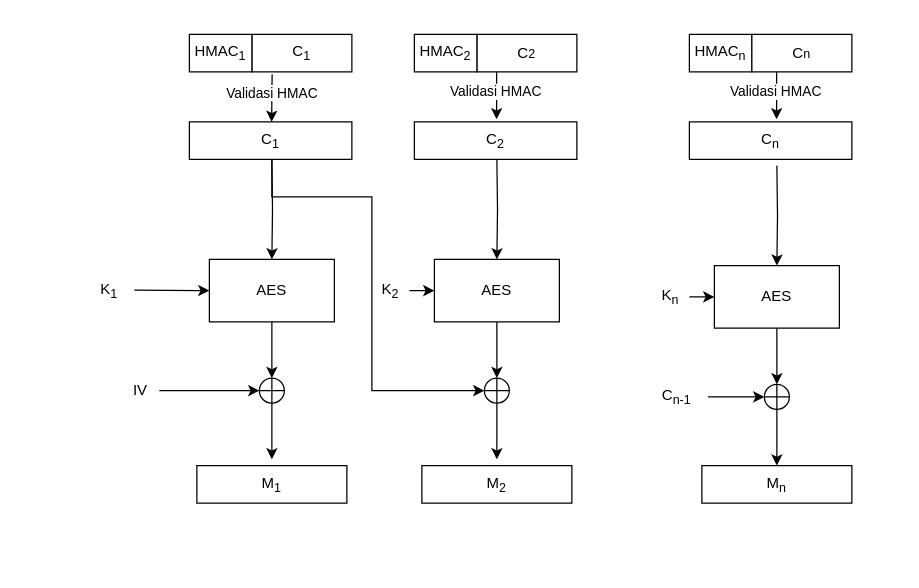
Earlier version of the draw.io diagram page "Decrypt" (2 of 2) of src/chapters/res/chapter-3/res/Encmode.drawio (bayusamudra5502/ta-kriptografi). Source tidied: cells renumbered, new cells numbered last; positions are measured from the earlier drawing's top-left corner, leaving out a move shared by most shapes. Both pictures are drawn from the tidied source at 125%, with x=0, y=0 at pixel (71, 34).
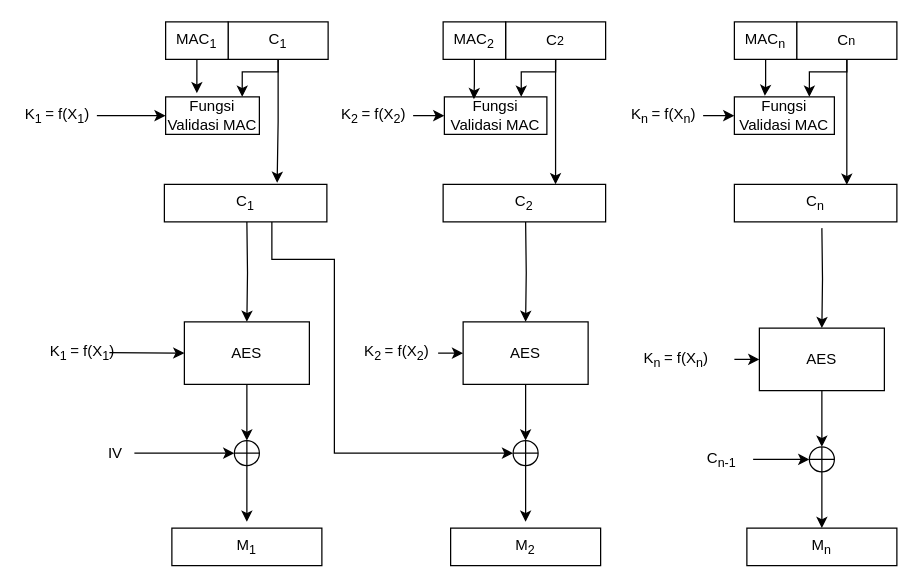
Above is the later version.

The change refers to these unchanged cells:
```xml
<mxCell id="35" value="C&lt;sub&gt;1&lt;/sub&gt;" style="rounded=0;whiteSpace=wrap;html=1;" parent="34" vertex="1">
  <mxGeometry x="50" width="80" height="30" as="geometry" />
</mxCell>
<mxCell id="38" value="C&lt;span style=&quot;font-size: 10px;&quot;&gt;2&lt;/span&gt;" style="rounded=0;whiteSpace=wrap;html=1;" parent="37" vertex="1">
  <mxGeometry x="50" width="80" height="30" as="geometry" />
</mxCell>
<mxCell id="42" value="C&lt;span style=&quot;font-size: 10px;&quot;&gt;n&lt;/span&gt;" style="rounded=0;whiteSpace=wrap;html=1;" parent="40" vertex="1">
  <mxGeometry x="50" width="80" height="30" as="geometry" />
</mxCell>
```

Change to the diagram source:
```diff
@@
     <mxCell id="2" style="edgeStyle=orthogonalEdgeStyle;rounded=0;jettySize=auto;html=1;" parent="1" edge="1" target="6">
       <mxGeometry relative="1" as="geometry">
-        <mxPoint x="160" y="100" as="sourcePoint" />
+        <mxPoint x="140" y="150" as="sourcePoint" />
       </mxGeometry>
     </mxCell>
     <mxCell id="3" style="edgeStyle=orthogonalEdgeStyle;rounded=0;jettySize=auto;html=1;entryX=0.5;entryY=0;entryDx=0;entryDy=0;" parent="1" edge="1" target="11">
       <mxGeometry relative="1" as="geometry">
-        <mxPoint x="340" y="100" as="sourcePoint" />
+        <mxPoint x="363" y="150" as="sourcePoint" />
       </mxGeometry>
     </mxCell>
     <mxCell id="4" style="edgeStyle=orthogonalEdgeStyle;rounded=0;jettySize=auto;html=1;" parent="1" edge="1" target="12">
       <mxGeometry relative="1" as="geometry">
-        <mxPoint x="564" y="105" as="sourcePoint" />
+        <mxPoint x="600" y="155" as="sourcePoint" />
       </mxGeometry>
     </mxCell>
     <mxCell id="5" style="verticalLabelPosition=bottom;verticalAlign=top;html=1;shape=mxgraph.flowchart.summing_function;" parent="1" vertex="1">
-      <mxGeometry x="150" y="275" width="20" height="20" as="geometry" />
+      <mxGeometry x="130" y="325" width="20" height="20" as="geometry" />
     </mxCell>
     <mxCell id="6" value="AES" style="rounded=0;whiteSpace=wrap;html=1;" parent="1" vertex="1">
-      <mxGeometry x="110" y="180" width="100" height="50" as="geometry" />
+      <mxGeometry x="90" y="230" width="100" height="50" as="geometry" />
     </mxCell>
     <mxCell id="7" style="endArrow=classic;html=1;rounded=0;exitX=0.5;exitY=1;exitDx=0;exitDy=0;entryX=0.5;entryY=0;entryDx=0;entryDy=0;entryPerimeter=0;" parent="1" edge="1" target="5">
       <mxGeometry relative="1" as="geometry">
-        <mxPoint x="160" y="230" as="sourcePoint" />
+        <mxPoint x="140" y="280" as="sourcePoint" />
       </mxGeometry>
     </mxCell>
     <mxCell id="8" style="endArrow=classic;html=1;rounded=0;exitX=1;exitY=0.5;exitDx=0;exitDy=0;entryX=0;entryY=0.5;entryDx=0;entryDy=0;" parent="1" edge="1">
       <mxGeometry relative="1" as="geometry">
-        <mxPoint x="50" y="204.6" as="sourcePoint" />
-        <mxPoint x="110" y="205" as="targetPoint" />
+        <mxPoint x="30" y="254.6" as="sourcePoint" />
+        <mxPoint x="90" y="255" as="targetPoint" />
       </mxGeometry>
     </mxCell>
-    <mxCell id="9" value="K&lt;sub&gt;1&lt;/sub&gt;" style="text;html=1;strokeColor=none;fillColor=none;align=center;verticalAlign=middle;whiteSpace=wrap;rounded=0;" parent="1" vertex="1">
-      <mxGeometry y="190" width="60" height="30" as="geometry" />
+    <mxCell id="9" value="K&lt;sub style=&quot;border-color: var(--border-color);&quot;&gt;1&amp;nbsp;&lt;/sub&gt;= f(X&lt;sub style=&quot;border-color: var(--border-color);&quot;&gt;1&lt;/sub&gt;)&lt;sub style=&quot;border-color: var(--border-color);&quot;&gt;&amp;nbsp;&lt;/sub&gt;" style="text;html=1;strokeColor=none;fillColor=none;align=center;verticalAlign=middle;whiteSpace=wrap;rounded=0;" parent="1" vertex="1">
+      <mxGeometry x="-20" y="240" width="60" height="30" as="geometry" />
     </mxCell>
     <mxCell id="10" style="endArrow=classic;html=1;rounded=0;exitX=0.5;exitY=1;exitDx=0;exitDy=0;exitPerimeter=0;entryX=0.5;entryY=0;entryDx=0;entryDy=0;" parent="1" edge="1" source="5">
       <mxGeometry relative="1" as="geometry">
-        <mxPoint x="160" y="340" as="targetPoint" />
+        <mxPoint x="140" y="390" as="targetPoint" />
       </mxGeometry>
     </mxCell>
     <mxCell id="11" value="AES" style="rounded=0;whiteSpace=wrap;html=1;" parent="1" vertex="1">
-      <mxGeometry x="290" y="180" width="100" height="50" as="geometry" />
+      <mxGeometry x="313" y="230" width="100" height="50" as="geometry" />
     </mxCell>
     <mxCell id="12" value="AES" style="rounded=0;whiteSpace=wrap;html=1;" parent="1" vertex="1">
-      <mxGeometry x="514" y="185" width="100" height="50" as="geometry" />
+      <mxGeometry x="550" y="235" width="100" height="50" as="geometry" />
     </mxCell>
-    <mxCell id="13" value="K&lt;sub&gt;2&lt;/sub&gt;" style="text;html=1;strokeColor=none;fillColor=none;align=center;verticalAlign=middle;whiteSpace=wrap;rounded=0;" parent="1" vertex="1">
-      <mxGeometry x="240" y="190" width="30" height="30" as="geometry" />
+    <mxCell id="13" value="K&lt;sub style=&quot;border-color: var(--border-color);&quot;&gt;2&amp;nbsp;&lt;/sub&gt;= f(X&lt;sub style=&quot;border-color: var(--border-color);&quot;&gt;2&lt;/sub&gt;)&lt;sub style=&quot;border-color: var(--border-color);&quot;&gt;&amp;nbsp;&lt;/sub&gt;" style="text;html=1;strokeColor=none;fillColor=none;align=center;verticalAlign=middle;whiteSpace=wrap;rounded=0;" parent="1" vertex="1">
+      <mxGeometry x="230" y="240" width="63" height="30" as="geometry" />
     </mxCell>
-    <mxCell id="14" value="K&lt;sub&gt;n&lt;/sub&gt;" style="text;html=1;strokeColor=none;fillColor=none;align=center;verticalAlign=middle;whiteSpace=wrap;rounded=0;" parent="1" vertex="1">
-      <mxGeometry x="459" y="195" width="40" height="30" as="geometry" />
+    <mxCell id="14" value="K&lt;sub style=&quot;border-color: var(--border-color);&quot;&gt;n&amp;nbsp;&lt;/sub&gt;= f(X&lt;sub style=&quot;border-color: var(--border-color);&quot;&gt;n&lt;/sub&gt;)&lt;sub style=&quot;border-color: var(--border-color);&quot;&gt;&amp;nbsp;&lt;/sub&gt;" style="text;html=1;strokeColor=none;fillColor=none;align=center;verticalAlign=middle;whiteSpace=wrap;rounded=0;" parent="1" vertex="1">
+      <mxGeometry x="450" y="245" width="70" height="30" as="geometry" />
     </mxCell>
     <mxCell id="15" style="endArrow=classic;html=1;rounded=0;entryX=0;entryY=0.5;entryDx=0;entryDy=0;" parent="1" edge="1" target="11">
       <mxGeometry relative="1" as="geometry">
-        <mxPoint x="270" y="205" as="sourcePoint" />
+        <mxPoint x="293" y="255" as="sourcePoint" />
       </mxGeometry>
     </mxCell>
     <mxCell id="16" style="endArrow=classic;html=1;rounded=0;exitX=1;exitY=0.5;exitDx=0;exitDy=0;" parent="1" edge="1" target="12">
       <mxGeometry relative="1" as="geometry">
-        <mxPoint x="494" y="210" as="sourcePoint" />
+        <mxPoint x="530" y="260" as="sourcePoint" />
       </mxGeometry>
     </mxCell>
     <mxCell id="17" value="M&lt;sub&gt;1&lt;/sub&gt;" style="rounded=0;whiteSpace=wrap;html=1;" parent="1" vertex="1">
-      <mxGeometry x="100" y="345" width="120" height="30" as="geometry" />
+      <mxGeometry x="80" y="395" width="120" height="30" as="geometry" />
     </mxCell>
     <mxCell id="18" value="M&lt;sub&gt;2&lt;/sub&gt;" style="rounded=0;whiteSpace=wrap;html=1;" parent="1" vertex="1">
-      <mxGeometry x="280" y="345" width="120" height="30" as="geometry" />
+      <mxGeometry x="303" y="395" width="120" height="30" as="geometry" />
     </mxCell>
     <mxCell id="19" value="M&lt;sub&gt;n&lt;/sub&gt;" style="rounded=0;whiteSpace=wrap;html=1;" parent="1" vertex="1">
-      <mxGeometry x="504" y="345" width="120" height="30" as="geometry" />
+      <mxGeometry x="540" y="395" width="120" height="30" as="geometry" />
     </mxCell>
     <mxCell id="20" style="endArrow=classic;html=1;rounded=0;exitX=0.5;exitY=1;exitDx=0;exitDy=0;entryX=0.5;entryY=0;entryDx=0;entryDy=0;entryPerimeter=0;" parent="1" edge="1" target="21">
       <mxGeometry relative="1" as="geometry">
-        <mxPoint x="340" y="230" as="sourcePoint" />
+        <mxPoint x="363" y="280" as="sourcePoint" />
       </mxGeometry>
     </mxCell>
     <mxCell id="21" style="verticalLabelPosition=bottom;verticalAlign=top;html=1;shape=mxgraph.flowchart.summing_function;" parent="1" vertex="1">
-      <mxGeometry x="330" y="275" width="20" height="20" as="geometry" />
+      <mxGeometry x="353" y="325" width="20" height="20" as="geometry" />
     </mxCell>
     <mxCell id="22" style="endArrow=classic;html=1;rounded=0;exitX=0.5;exitY=1;exitDx=0;exitDy=0;exitPerimeter=0;entryX=0.5;entryY=0;entryDx=0;entryDy=0;" parent="1" edge="1" source="21">
       <mxGeometry relative="1" as="geometry">
-        <mxPoint x="340" y="340" as="targetPoint" />
+        <mxPoint x="363" y="390" as="targetPoint" />
       </mxGeometry>
     </mxCell>
     <mxCell id="23" style="endArrow=classic;html=1;rounded=0;exitX=0.5;exitY=1;exitDx=0;exitDy=0;entryX=0.5;entryY=0;entryDx=0;entryDy=0;entryPerimeter=0;" parent="1" edge="1" target="24">
       <mxGeometry relative="1" as="geometry">
-        <mxPoint x="564" y="235" as="sourcePoint" />
+        <mxPoint x="600" y="285" as="sourcePoint" />
       </mxGeometry>
     </mxCell>
     <mxCell id="24" style="verticalLabelPosition=bottom;verticalAlign=top;html=1;shape=mxgraph.flowchart.summing_function;" parent="1" vertex="1">
-      <mxGeometry x="554" y="280" width="20" height="20" as="geometry" />
+      <mxGeometry x="590" y="330" width="20" height="20" as="geometry" />
     </mxCell>
     <mxCell id="25" style="endArrow=classic;html=1;rounded=0;exitX=0.5;exitY=1;exitDx=0;exitDy=0;exitPerimeter=0;entryX=0.5;entryY=0;entryDx=0;entryDy=0;" parent="1" edge="1" source="24">
       <mxGeometry relative="1" as="geometry">
-        <mxPoint x="564" y="345" as="targetPoint" />
+        <mxPoint x="600" y="395" as="targetPoint" />
       </mxGeometry>
     </mxCell>
     <mxCell id="26" style="edgeStyle=orthogonalEdgeStyle;rounded=0;jettySize=auto;html=1;entryX=0;entryY=0.5;entryDx=0;entryDy=0;entryPerimeter=0;" parent="1" edge="1" target="21">
       <mxGeometry relative="1" as="geometry">
-        <mxPoint x="160" y="100" as="sourcePoint" />
+        <mxPoint x="160" y="150" as="sourcePoint" />
         <Array as="points">
-          <mxPoint x="160" y="130" />
-          <mxPoint x="240" y="130" />
-          <mxPoint x="240" y="285" />
+          <mxPoint x="160" y="180" />
+          <mxPoint x="210" y="180" />
+          <mxPoint x="210" y="335" />
         </Array>
       </mxGeometry>
     </mxCell>
     <mxCell id="27" style="endArrow=classic;html=1;rounded=0;" parent="1" edge="1">
       <mxGeometry relative="1" as="geometry">
-        <mxPoint x="509" y="290" as="sourcePoint" />
-        <mxPoint x="554" y="290" as="targetPoint" />
+        <mxPoint x="545" y="340" as="sourcePoint" />
+        <mxPoint x="590" y="340" as="targetPoint" />
       </mxGeometry>
     </mxCell>
     <mxCell id="28" value="C&lt;sub&gt;n-1&lt;/sub&gt;" style="text;html=1;strokeColor=none;fillColor=none;align=center;verticalAlign=middle;whiteSpace=wrap;rounded=0;" parent="1" vertex="1">
-      <mxGeometry x="464" y="275" width="40" height="30" as="geometry" />
+      <mxGeometry x="500" y="325" width="40" height="30" as="geometry" />
     </mxCell>
     <mxCell id="29" value="IV" style="text;html=1;strokeColor=none;fillColor=none;align=center;verticalAlign=middle;whiteSpace=wrap;rounded=0;" parent="1" vertex="1">
-      <mxGeometry x="40" y="270" width="30" height="30" as="geometry" />
+      <mxGeometry x="20" y="320" width="30" height="30" as="geometry" />
     </mxCell>
     <mxCell id="30" style="endArrow=classic;html=1;rounded=0;exitX=1;exitY=0.5;exitDx=0;exitDy=0;entryX=0;entryY=0.5;entryDx=0;entryDy=0;entryPerimeter=0;" parent="1" edge="1" source="29">
       <mxGeometry relative="1" as="geometry">
-        <mxPoint x="150" y="285" as="targetPoint" />
+        <mxPoint x="130" y="335" as="targetPoint" />
       </mxGeometry>
     </mxCell>
     <mxCell id="31" value="C&lt;sub&gt;1&lt;/sub&gt;" style="rounded=0;whiteSpace=wrap;html=1;" parent="1" vertex="1">
-      <mxGeometry x="94" y="70" width="130" height="30" as="geometry" />
+      <mxGeometry x="74" y="120" width="130" height="30" as="geometry" />
     </mxCell>
     <mxCell id="32" value="C&lt;sub&gt;2&lt;/sub&gt;" style="rounded=0;whiteSpace=wrap;html=1;" parent="1" vertex="1">
-      <mxGeometry x="274" y="70" width="130" height="30" as="geometry" />
+      <mxGeometry x="297" y="120" width="130" height="30" as="geometry" />
     </mxCell>
     <mxCell id="33" value="C&lt;sub&gt;n&lt;/sub&gt;" style="rounded=0;whiteSpace=wrap;html=1;" parent="1" vertex="1">
-      <mxGeometry x="494" y="70" width="130" height="30" as="geometry" />
+      <mxGeometry x="530" y="120" width="130" height="30" as="geometry" />
     </mxCell>
     <mxCell id="34" style="group;" parent="1" vertex="1">
-      <mxGeometry x="94" width="130" height="30" as="geometry" />
+      <mxGeometry x="75" y="-10" width="130" height="30" as="geometry" />
     </mxCell>
@@
-    <mxCell id="36" value="HMAC&lt;sub&gt;1&lt;/sub&gt;" style="rounded=0;whiteSpace=wrap;html=1;" parent="34" vertex="1">
+    <mxCell id="36" value="MAC&lt;sub&gt;1&lt;/sub&gt;" style="rounded=0;whiteSpace=wrap;html=1;" parent="34" vertex="1">
       <mxGeometry width="50" height="30" as="geometry" />
     </mxCell>
     <mxCell id="37" style="group;" parent="1" vertex="1">
-      <mxGeometry x="274" width="130" height="30" as="geometry" />
+      <mxGeometry x="297" y="-10" width="130" height="30" as="geometry" />
     </mxCell>
@@
-    <mxCell id="39" value="HMAC&lt;sub&gt;2&lt;/sub&gt;" style="rounded=0;whiteSpace=wrap;html=1;" parent="37" vertex="1">
+    <mxCell id="39" value="MAC&lt;sub&gt;2&lt;/sub&gt;" style="rounded=0;whiteSpace=wrap;html=1;" parent="37" vertex="1">
       <mxGeometry width="50" height="30" as="geometry" />
     </mxCell>
     <mxCell id="40" style="group;" parent="1" vertex="1">
-      <mxGeometry x="494" width="130" height="30" as="geometry" />
+      <mxGeometry x="530" y="-10" width="130" height="30" as="geometry" />
     </mxCell>
-    <mxCell id="41" value="HMAC&lt;sub&gt;n&lt;/sub&gt;" style="rounded=0;whiteSpace=wrap;html=1;" parent="40" vertex="1">
+    <mxCell id="41" value="MAC&lt;sub&gt;n&lt;/sub&gt;" style="rounded=0;whiteSpace=wrap;html=1;" parent="40" vertex="1">
       <mxGeometry width="50" height="30" as="geometry" />
     </mxCell>
@@
-    <mxCell id="43" style="endArrow=classic;html=1;rounded=0;exitX=0.142;exitY=1.022;exitDx=0;exitDy=0;exitPerimeter=0;entryX=0.469;entryY=-0.041;entryDx=0;entryDy=0;entryPerimeter=0;" parent="1" edge="1">
-      <mxGeometry relative="1" as="geometry">
-        <mxPoint x="160.2" y="31.9" as="sourcePoint" />
-        <mxPoint x="159.8" y="70" as="targetPoint" />
-      </mxGeometry>
-    </mxCell>
-    <mxCell id="44" value="Validasi HMAC" style="edgeLabel;html=1;align=center;verticalAlign=middle;" parent="43" vertex="1">
-      <mxGeometry x="-0.19" y="-1" relative="1" as="geometry" />
-    </mxCell>
-    <mxCell id="45" style="endArrow=classic;html=1;rounded=0;exitX=0.142;exitY=1.022;exitDx=0;exitDy=0;exitPerimeter=0;entryX=0.469;entryY=-0.041;entryDx=0;entryDy=0;entryPerimeter=0;" parent="1" edge="1">
-      <mxGeometry relative="1" as="geometry">
-        <mxPoint x="339.8" y="30" as="sourcePoint" />
-        <mxPoint x="339.8" y="68" as="targetPoint" />
-      </mxGeometry>
-    </mxCell>
-    <mxCell id="46" value="Validasi HMAC" style="edgeLabel;html=1;align=center;verticalAlign=middle;" parent="45" vertex="1">
-      <mxGeometry x="-0.19" y="-1" relative="1" as="geometry" />
-    </mxCell>
-    <mxCell id="47" style="endArrow=classic;html=1;rounded=0;exitX=0.142;exitY=1.022;exitDx=0;exitDy=0;exitPerimeter=0;entryX=0.469;entryY=-0.041;entryDx=0;entryDy=0;entryPerimeter=0;" parent="1" edge="1">
-      <mxGeometry relative="1" as="geometry">
-        <mxPoint x="563.8" y="30" as="sourcePoint" />
-        <mxPoint x="563.8" y="68" as="targetPoint" />
-      </mxGeometry>
-    </mxCell>
-    <mxCell id="48" value="Validasi HMAC" style="edgeLabel;html=1;align=center;verticalAlign=middle;" parent="47" vertex="1">
-      <mxGeometry x="-0.19" y="-1" relative="1" as="geometry" />
-    </mxCell>
+    <mxCell id="49" value="Fungsi Validasi MAC" style="rounded=0;whiteSpace=wrap;html=1;" parent="1" vertex="1">
+      <mxGeometry x="75" y="50" width="75" height="30" as="geometry" />
+    </mxCell>
+    <mxCell id="50" style="edgeStyle=orthogonalEdgeStyle;rounded=0;jettySize=auto;html=1;entryX=0;entryY=0.5;entryDx=0;entryDy=0;" parent="1" edge="1" source="51" target="49">
+      <mxGeometry relative="1" as="geometry" />
+    </mxCell>
+    <mxCell id="51" value="K&lt;sub&gt;1&amp;nbsp;&lt;/sub&gt;= f(X&lt;sub style=&quot;border-color: var(--border-color);&quot;&gt;1&lt;/sub&gt;&lt;span style=&quot;border-color: var(--border-color);&quot;&gt;)&lt;/span&gt;&lt;sub style=&quot;border-color: var(--border-color);&quot;&gt;&amp;nbsp;&lt;/sub&gt;" style="text;html=1;strokeColor=none;fillColor=none;align=center;verticalAlign=middle;whiteSpace=wrap;rounded=0;" parent="1" vertex="1">
+      <mxGeometry x="-40" y="50" width="60" height="30" as="geometry" />
+    </mxCell>
+    <mxCell id="52" value="Fungsi Validasi MAC" style="rounded=0;whiteSpace=wrap;html=1;" parent="1" vertex="1">
+      <mxGeometry x="298" y="50" width="82" height="30" as="geometry" />
+    </mxCell>
+    <mxCell id="53" value="Fungsi Validasi MAC" style="rounded=0;whiteSpace=wrap;html=1;" parent="1" vertex="1">
+      <mxGeometry x="530" y="50" width="80" height="30" as="geometry" />
+    </mxCell>
+    <mxCell id="54" style="edgeStyle=orthogonalEdgeStyle;rounded=0;jettySize=auto;html=1;entryX=0;entryY=0.5;entryDx=0;entryDy=0;" parent="1" edge="1" source="55" target="52">
+      <mxGeometry relative="1" as="geometry" />
+    </mxCell>
+    <mxCell id="55" value="K&lt;sub&gt;2&amp;nbsp;&lt;/sub&gt;= f(X&lt;sub style=&quot;border-color: var(--border-color);&quot;&gt;2&lt;/sub&gt;&lt;span style=&quot;border-color: var(--border-color);&quot;&gt;)&lt;/span&gt;&lt;sub style=&quot;border-color: var(--border-color);&quot;&gt;&amp;nbsp;&lt;/sub&gt;" style="text;html=1;strokeColor=none;fillColor=none;align=center;verticalAlign=middle;whiteSpace=wrap;rounded=0;" parent="1" vertex="1">
+      <mxGeometry x="213" y="50" width="60" height="30" as="geometry" />
+    </mxCell>
+    <mxCell id="56" value="K&lt;sub&gt;n&amp;nbsp;&lt;/sub&gt;= f(X&lt;sub style=&quot;border-color: var(--border-color);&quot;&gt;n&lt;/sub&gt;&lt;span style=&quot;border-color: var(--border-color);&quot;&gt;)&lt;/span&gt;&lt;sub style=&quot;border-color: var(--border-color);&quot;&gt;&amp;nbsp;&lt;/sub&gt;" style="text;html=1;strokeColor=none;fillColor=none;align=center;verticalAlign=middle;whiteSpace=wrap;rounded=0;" parent="1" vertex="1">
+      <mxGeometry x="445" y="50" width="60" height="30" as="geometry" />
+    </mxCell>
+    <mxCell id="57" style="edgeStyle=orthogonalEdgeStyle;rounded=0;jettySize=auto;html=1;entryX=0;entryY=0.5;entryDx=0;entryDy=0;" parent="1" edge="1" source="56">
+      <mxGeometry relative="1" as="geometry">
+        <mxPoint x="530" y="65" as="targetPoint" />
+      </mxGeometry>
+    </mxCell>
+    <mxCell id="58" style="edgeStyle=orthogonalEdgeStyle;rounded=0;jettySize=auto;html=1;entryX=0.333;entryY=-0.098;entryDx=0;entryDy=0;entryPerimeter=0;" parent="1" edge="1" source="36" target="49">
+      <mxGeometry relative="1" as="geometry" />
+    </mxCell>
+    <mxCell id="59" style="edgeStyle=orthogonalEdgeStyle;rounded=0;jettySize=auto;html=1;entryX=0.694;entryY=-0.04;entryDx=0;entryDy=0;entryPerimeter=0;" parent="1" edge="1" source="35" target="31">
+      <mxGeometry relative="1" as="geometry" />
+    </mxCell>
+    <mxCell id="60" style="edgeStyle=orthogonalEdgeStyle;rounded=0;jettySize=auto;html=1;entryX=0.817;entryY=0;entryDx=0;entryDy=0;entryPerimeter=0;" parent="1" edge="1" source="35" target="49">
+      <mxGeometry relative="1" as="geometry">
+        <Array as="points">
+          <mxPoint x="165" y="30" />
+          <mxPoint x="136" y="30" />
+        </Array>
+      </mxGeometry>
+    </mxCell>
+    <mxCell id="61" style="edgeStyle=orthogonalEdgeStyle;rounded=0;jettySize=auto;html=1;entryX=0.288;entryY=0.062;entryDx=0;entryDy=0;entryPerimeter=0;" parent="1" edge="1" source="39" target="52">
+      <mxGeometry relative="1" as="geometry" />
+    </mxCell>
+    <mxCell id="62" style="edgeStyle=orthogonalEdgeStyle;rounded=0;jettySize=auto;html=1;entryX=0.692;entryY=0;entryDx=0;entryDy=0;entryPerimeter=0;" parent="1" edge="1" source="38" target="32">
+      <mxGeometry relative="1" as="geometry" />
+    </mxCell>
+    <mxCell id="63" style="edgeStyle=orthogonalEdgeStyle;rounded=0;jettySize=auto;html=1;entryX=0.75;entryY=0;entryDx=0;entryDy=0;" parent="1" edge="1" source="38" target="52">
+      <mxGeometry relative="1" as="geometry">
+        <Array as="points">
+          <mxPoint x="387" y="30" />
+          <mxPoint x="360" y="30" />
+        </Array>
+      </mxGeometry>
+    </mxCell>
+    <mxCell id="64" style="edgeStyle=orthogonalEdgeStyle;rounded=0;jettySize=auto;html=1;entryX=0.305;entryY=-0.027;entryDx=0;entryDy=0;entryPerimeter=0;" parent="1" edge="1" source="41" target="53">
+      <mxGeometry relative="1" as="geometry" />
+    </mxCell>
+    <mxCell id="65" style="edgeStyle=orthogonalEdgeStyle;rounded=0;jettySize=auto;html=1;entryX=0.692;entryY=0.013;entryDx=0;entryDy=0;entryPerimeter=0;" parent="1" edge="1" source="42" target="33">
+      <mxGeometry relative="1" as="geometry" />
+    </mxCell>
+    <mxCell id="66" style="edgeStyle=orthogonalEdgeStyle;rounded=0;jettySize=auto;html=1;entryX=0.75;entryY=0;entryDx=0;entryDy=0;" parent="1" edge="1" source="42" target="53">
+      <mxGeometry relative="1" as="geometry">
+        <Array as="points">
+          <mxPoint x="620" y="30" />
+          <mxPoint x="590" y="30" />
+        </Array>
+      </mxGeometry>
+    </mxCell>
```
